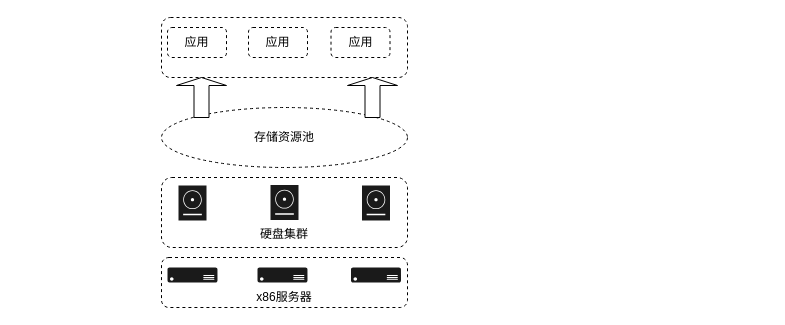
Before: 架构图.drawio in 182023229/image, a draw.io diagram. Source tidied: cells renumbered, new cells numbered last; positions are measured from the earlier drawing's top-left corner, leaving out a move shared by most shapes. Both pictures are drawn from the tidied source at 100%, with x=0, y=0 at pixel (161, 17).
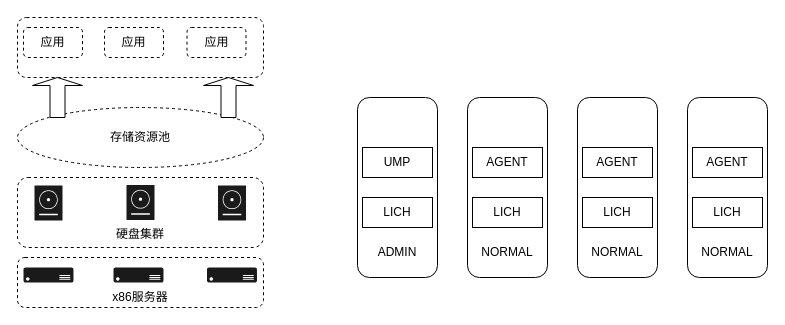
The same diagram, later.

Commit message:
更新架构图.drawio

Diff of the diagram source:
```diff
@@
+    <mxCell id="17" style="group;" parent="1" vertex="1">
+      <mxGeometry x="-144" width="246" height="290" as="geometry" />
+    </mxCell>
-    <mxCell id="2" value="&lt;br&gt;&lt;br&gt;x86服务器" style="rounded=1;whiteSpace=wrap;html=1;fillColor=#FFFFFF;dashed=1;" parent="1" vertex="1">
+    <mxCell id="2" value="&lt;br&gt;&lt;br&gt;x86服务器" style="rounded=1;whiteSpace=wrap;html=1;fillColor=#FFFFFF;dashed=1;" parent="17" vertex="1">
       <mxGeometry y="240" width="246" height="50" as="geometry" />
     </mxCell>
-    <mxCell id="3" style="sketch=0;shadow=0;dashed=0;html=1;strokeColor=none;labelPosition=center;verticalLabelPosition=bottom;verticalAlign=top;align=center;fillColor=#1A1A1A;shape=mxgraph.azure.server;" parent="1" vertex="1">
+    <mxCell id="3" style="sketch=0;shadow=0;dashed=0;html=1;strokeColor=none;labelPosition=center;verticalLabelPosition=bottom;verticalAlign=top;align=center;fillColor=#1A1A1A;shape=mxgraph.azure.server;" parent="17" vertex="1">
       <mxGeometry x="6" y="250" width="50" height="15" as="geometry" />
     </mxCell>
-    <mxCell id="4" style="sketch=0;shadow=0;dashed=0;html=1;strokeColor=none;labelPosition=center;verticalLabelPosition=bottom;verticalAlign=top;align=center;fillColor=#1A1A1A;shape=mxgraph.azure.server;" parent="1" vertex="1">
+    <mxCell id="4" style="sketch=0;shadow=0;dashed=0;html=1;strokeColor=none;labelPosition=center;verticalLabelPosition=bottom;verticalAlign=top;align=center;fillColor=#1A1A1A;shape=mxgraph.azure.server;" parent="17" vertex="1">
       <mxGeometry x="96" y="250" width="50" height="15" as="geometry" />
     </mxCell>
-    <mxCell id="5" style="sketch=0;shadow=0;dashed=0;html=1;strokeColor=none;labelPosition=center;verticalLabelPosition=bottom;verticalAlign=top;align=center;fillColor=#1A1A1A;shape=mxgraph.azure.server;" parent="1" vertex="1">
+    <mxCell id="5" style="sketch=0;shadow=0;dashed=0;html=1;strokeColor=none;labelPosition=center;verticalLabelPosition=bottom;verticalAlign=top;align=center;fillColor=#1A1A1A;shape=mxgraph.azure.server;" parent="17" vertex="1">
       <mxGeometry x="189.5" y="250" width="50" height="15" as="geometry" />
     </mxCell>
-    <mxCell id="6" value="&lt;br&gt;&lt;br&gt;&lt;br&gt;硬盘集群" style="rounded=1;whiteSpace=wrap;html=1;dashed=1;fillColor=#FFFFFF;" parent="1" vertex="1">
+    <mxCell id="6" value="&lt;br&gt;&lt;br&gt;&lt;br&gt;硬盘集群" style="rounded=1;whiteSpace=wrap;html=1;dashed=1;fillColor=#FFFFFF;" parent="17" vertex="1">
       <mxGeometry y="160" width="246" height="70" as="geometry" />
     </mxCell>
-    <mxCell id="7" style="sketch=0;shadow=0;dashed=0;html=1;strokeColor=none;fillColor=#1A1A1A;labelPosition=center;verticalLabelPosition=bottom;verticalAlign=top;align=center;shape=mxgraph.veeam2.hdd;" parent="1" vertex="1">
+    <mxCell id="7" style="sketch=0;shadow=0;dashed=0;html=1;strokeColor=none;fillColor=#1A1A1A;labelPosition=center;verticalLabelPosition=bottom;verticalAlign=top;align=center;shape=mxgraph.veeam2.hdd;" parent="17" vertex="1">
       <mxGeometry x="17" y="168" width="28" height="35" as="geometry" />
     </mxCell>
-    <mxCell id="8" style="sketch=0;shadow=0;dashed=0;html=1;strokeColor=none;fillColor=#1A1A1A;labelPosition=center;verticalLabelPosition=bottom;verticalAlign=top;align=center;shape=mxgraph.veeam2.hdd;" parent="1" vertex="1">
+    <mxCell id="8" style="sketch=0;shadow=0;dashed=0;html=1;strokeColor=none;fillColor=#1A1A1A;labelPosition=center;verticalLabelPosition=bottom;verticalAlign=top;align=center;shape=mxgraph.veeam2.hdd;" parent="17" vertex="1">
       <mxGeometry x="109" y="167.5" width="28" height="35" as="geometry" />
     </mxCell>
-    <mxCell id="9" style="sketch=0;shadow=0;dashed=0;html=1;strokeColor=none;fillColor=#1A1A1A;labelPosition=center;verticalLabelPosition=bottom;verticalAlign=top;align=center;shape=mxgraph.veeam2.hdd;" parent="1" vertex="1">
+    <mxCell id="9" style="sketch=0;shadow=0;dashed=0;html=1;strokeColor=none;fillColor=#1A1A1A;labelPosition=center;verticalLabelPosition=bottom;verticalAlign=top;align=center;shape=mxgraph.veeam2.hdd;" parent="17" vertex="1">
       <mxGeometry x="200.5" y="168" width="28" height="35" as="geometry" />
     </mxCell>
-    <mxCell id="10" value="存储资源池" style="ellipse;whiteSpace=wrap;html=1;dashed=1;fillColor=#FFFFFF;" parent="1" vertex="1">
+    <mxCell id="10" value="存储资源池" style="ellipse;whiteSpace=wrap;html=1;dashed=1;fillColor=#FFFFFF;" parent="17" vertex="1">
       <mxGeometry y="90" width="246" height="60" as="geometry" />
     </mxCell>
-    <mxCell id="11" style="rounded=1;whiteSpace=wrap;html=1;dashed=1;fillColor=#FFFFFF;" parent="1" vertex="1">
+    <mxCell id="11" style="rounded=1;whiteSpace=wrap;html=1;dashed=1;fillColor=#FFFFFF;" parent="17" vertex="1">
       <mxGeometry width="246" height="60" as="geometry" />
     </mxCell>
-    <mxCell id="12" value="应用" style="rounded=1;whiteSpace=wrap;html=1;dashed=1;fillColor=#FFFFFF;" parent="1" vertex="1">
+    <mxCell id="12" value="应用" style="rounded=1;whiteSpace=wrap;html=1;dashed=1;fillColor=#FFFFFF;" parent="17" vertex="1">
       <mxGeometry x="6" y="10" width="59" height="30" as="geometry" />
     </mxCell>
-    <mxCell id="13" value="应用" style="rounded=1;whiteSpace=wrap;html=1;dashed=1;fillColor=#FFFFFF;" parent="1" vertex="1">
+    <mxCell id="13" value="应用" style="rounded=1;whiteSpace=wrap;html=1;dashed=1;fillColor=#FFFFFF;" parent="17" vertex="1">
       <mxGeometry x="87" y="10" width="59" height="30" as="geometry" />
     </mxCell>
-    <mxCell id="14" value="应用" style="rounded=1;whiteSpace=wrap;html=1;dashed=1;fillColor=#FFFFFF;" parent="1" vertex="1">
+    <mxCell id="14" value="应用" style="rounded=1;whiteSpace=wrap;html=1;dashed=1;fillColor=#FFFFFF;" parent="17" vertex="1">
       <mxGeometry x="169.5" y="10" width="59" height="30" as="geometry" />
     </mxCell>
-    <mxCell id="15" style="shape=singleArrow;direction=north;whiteSpace=wrap;html=1;fillColor=#FFFFFF;" parent="1" vertex="1">
+    <mxCell id="15" style="shape=singleArrow;direction=north;whiteSpace=wrap;html=1;fillColor=#FFFFFF;" parent="17" vertex="1">
       <mxGeometry x="15" y="60" width="50" height="40" as="geometry" />
     </mxCell>
-    <mxCell id="16" style="shape=singleArrow;direction=north;whiteSpace=wrap;html=1;fillColor=#FFFFFF;" parent="1" vertex="1">
+    <mxCell id="16" style="shape=singleArrow;direction=north;whiteSpace=wrap;html=1;fillColor=#FFFFFF;" parent="17" vertex="1">
       <mxGeometry x="186" y="60" width="50" height="40" as="geometry" />
     </mxCell>
+    <mxCell id="18" value="&lt;br&gt;&lt;br&gt;&lt;br&gt;&lt;br&gt;&lt;br&gt;&lt;br&gt;&lt;br&gt;&lt;br&gt;&lt;br&gt;ADMIN" style="rounded=1;whiteSpace=wrap;html=1;fillColor=#FFFFFF;" parent="1" vertex="1">
+      <mxGeometry x="196" y="80" width="80" height="180" as="geometry" />
+    </mxCell>
+    <mxCell id="19" value="&lt;br&gt;&lt;br&gt;&lt;br&gt;&lt;br&gt;&lt;br&gt;&lt;br&gt;&lt;br&gt;&lt;br&gt;&lt;br&gt;NORMAL" style="rounded=1;whiteSpace=wrap;html=1;fillColor=#FFFFFF;" parent="1" vertex="1">
+      <mxGeometry x="306" y="80" width="80" height="180" as="geometry" />
+    </mxCell>
+    <mxCell id="20" value="&lt;br&gt;&lt;br&gt;&lt;br&gt;&lt;br&gt;&lt;br&gt;&lt;br&gt;&lt;br&gt;&lt;br&gt;&lt;br&gt;NORMAL" style="rounded=1;whiteSpace=wrap;html=1;fillColor=#FFFFFF;" parent="1" vertex="1">
+      <mxGeometry x="416" y="80" width="80" height="180" as="geometry" />
+    </mxCell>
+    <mxCell id="21" value="&lt;br&gt;&lt;br&gt;&lt;br&gt;&lt;br&gt;&lt;br&gt;&lt;br&gt;&lt;br&gt;&lt;br&gt;&lt;br&gt;NORMAL" style="rounded=1;whiteSpace=wrap;html=1;fillColor=#FFFFFF;" parent="1" vertex="1">
+      <mxGeometry x="526" y="80" width="80" height="180" as="geometry" />
+    </mxCell>
+    <mxCell id="22" value="LICH" style="rounded=0;whiteSpace=wrap;html=1;fillColor=#FFFFFF;" parent="1" vertex="1">
+      <mxGeometry x="201" y="180" width="70" height="30" as="geometry" />
+    </mxCell>
+    <mxCell id="23" value="LICH" style="rounded=0;whiteSpace=wrap;html=1;fillColor=#FFFFFF;" parent="1" vertex="1">
+      <mxGeometry x="311" y="180" width="70" height="30" as="geometry" />
+    </mxCell>
+    <mxCell id="24" value="LICH" style="rounded=0;whiteSpace=wrap;html=1;fillColor=#FFFFFF;" parent="1" vertex="1">
+      <mxGeometry x="421" y="180" width="70" height="30" as="geometry" />
+    </mxCell>
+    <mxCell id="25" value="LICH" style="rounded=0;whiteSpace=wrap;html=1;fillColor=#FFFFFF;" parent="1" vertex="1">
+      <mxGeometry x="531" y="180" width="70" height="30" as="geometry" />
+    </mxCell>
+    <mxCell id="26" value="UMP" style="rounded=0;whiteSpace=wrap;html=1;fillColor=#FFFFFF;" parent="1" vertex="1">
+      <mxGeometry x="201" y="130" width="70" height="30" as="geometry" />
+    </mxCell>
+    <mxCell id="27" value="AGENT" style="rounded=0;whiteSpace=wrap;html=1;fillColor=#FFFFFF;" parent="1" vertex="1">
+      <mxGeometry x="311" y="130" width="70" height="30" as="geometry" />
+    </mxCell>
+    <mxCell id="28" value="AGENT" style="rounded=0;whiteSpace=wrap;html=1;fillColor=#FFFFFF;" parent="1" vertex="1">
+      <mxGeometry x="421" y="130" width="70" height="30" as="geometry" />
+    </mxCell>
+    <mxCell id="29" value="AGENT" style="rounded=0;whiteSpace=wrap;html=1;fillColor=#FFFFFF;" parent="1" vertex="1">
+      <mxGeometry x="531" y="130" width="70" height="30" as="geometry" />
+    </mxCell>
```
